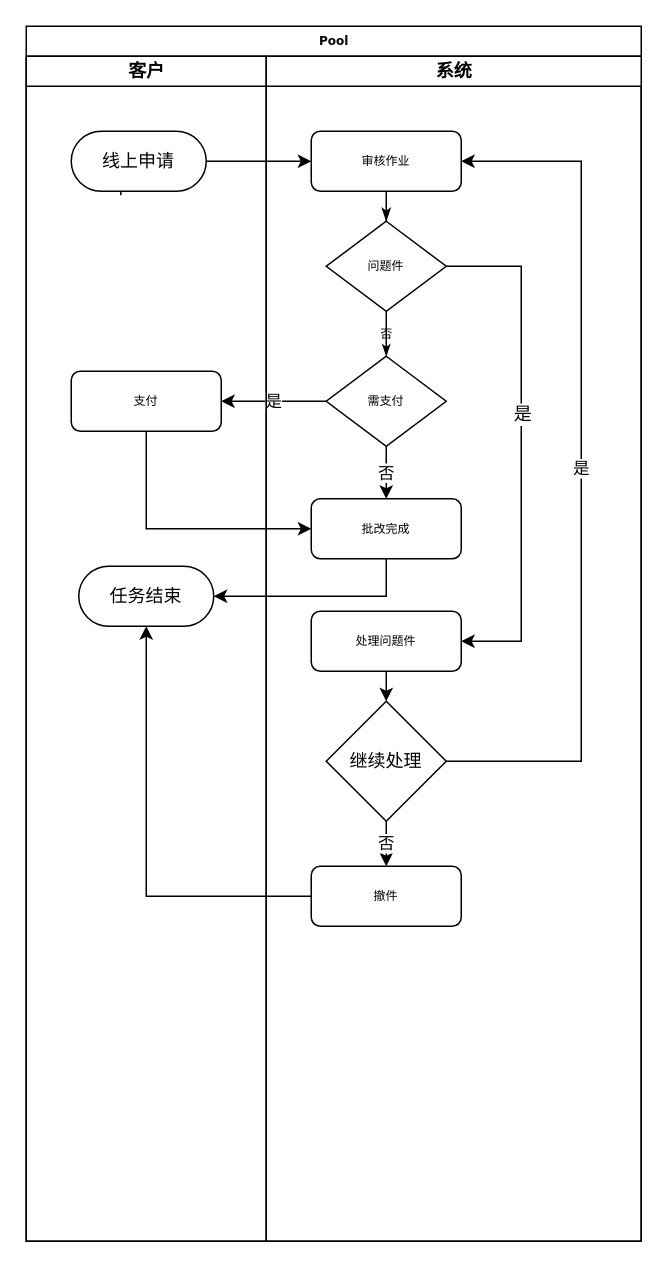
The draw.io diagram Untitled Diagram.drawio in openks/blog, before the edit. Source tidied: cells renumbered, new cells numbered last; positions are measured from the earlier drawing's top-left corner, leaving out a move shared by most shapes. Both pictures are drawn from the tidied source at 150%, with x=0, y=0 at pixel (26, 26).
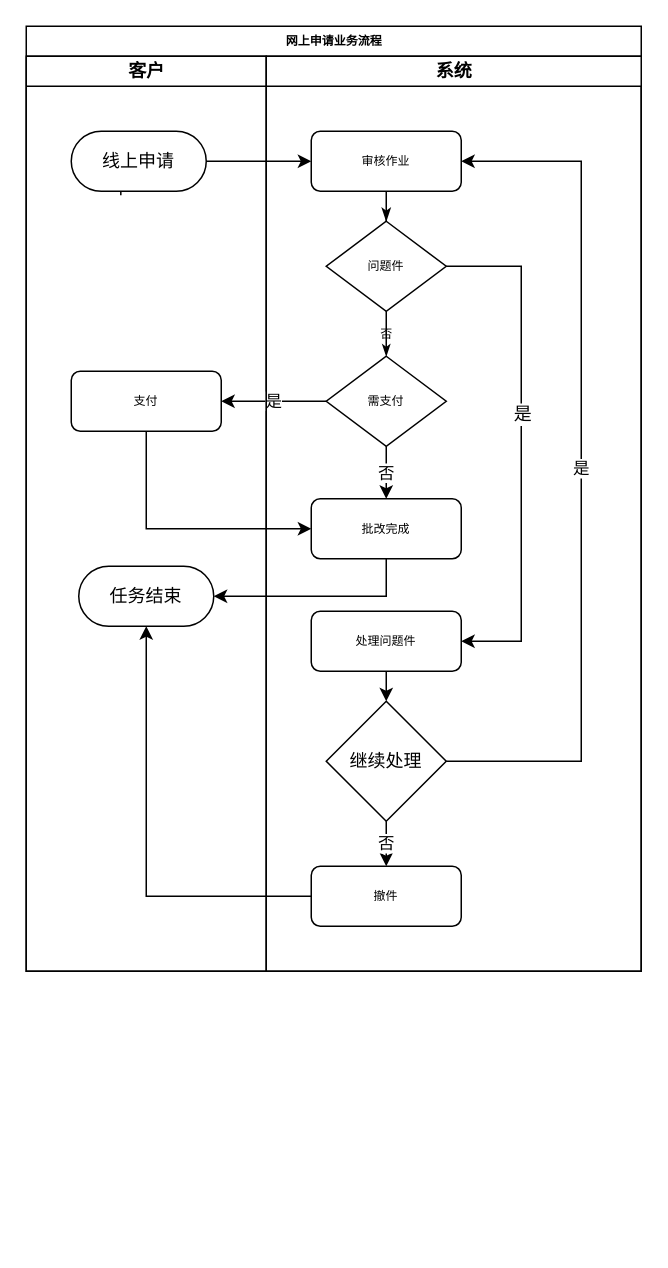
The same page after the edit.

Commit message:
网上申请流程3

Unchanged cells that the change refers to:
```xml
<mxCell id="19" value="问题件" style="rhombus;whiteSpace=wrap;html=1;rounded=0;shadow=0;labelBackgroundColor=none;strokeWidth=1;fontFamily=Verdana;fontSize=8;align=center;" parent="17" vertex="1">
  <mxGeometry x="40" y="110" width="80" height="60" as="geometry" />
</mxCell>
<mxCell id="22" value="处理问题件&lt;br&gt;" style="rounded=1;whiteSpace=wrap;html=1;shadow=0;labelBackgroundColor=none;strokeWidth=1;fontFamily=Verdana;fontSize=8;align=center;" parent="17" vertex="1">
  <mxGeometry x="30" y="370" width="100" height="40" as="geometry" />
</mxCell>
```

The edit, as a diff of the source:
```diff
@@
-    <mxCell id="2" value="Pool" style="swimlane;html=1;startSize=20;rounded=0;shadow=0;labelBackgroundColor=none;strokeWidth=1;fontFamily=Verdana;fontSize=8;align=center;" parent="1" vertex="1">
-      <mxGeometry width="410" height="810" as="geometry" />
+    <mxCell id="2" value="网上申请业务流程" style="swimlane;html=1;startSize=20;rounded=0;shadow=0;labelBackgroundColor=none;strokeWidth=1;fontFamily=Verdana;fontSize=8;align=center;" parent="1" vertex="1">
+      <mxGeometry width="410" height="630" as="geometry" />
     </mxCell>
@@
     <mxCell id="7" value="客户" style="swimlane;html=1;startSize=20;" parent="2" vertex="1">
-      <mxGeometry y="20" width="160" height="790" as="geometry" />
+      <mxGeometry y="20" width="160" height="610" as="geometry" />
     </mxCell>
@@
     <mxCell id="17" value="系统" style="swimlane;html=1;startSize=20;" parent="2" vertex="1">
-      <mxGeometry x="160" y="20" width="250" height="790" as="geometry" />
+      <mxGeometry x="160" y="20" width="250" height="610" as="geometry" />
     </mxCell>
@@
     <mxCell id="23" style="endArrow=classic;html=1;rounded=0;" parent="17" edge="1" source="19" target="22">
-      <mxGeometry relative="1" as="geometry">
+      <mxGeometry as="geometry">
         <Array as="points">
           <mxPoint x="170" y="140" />
           <mxPoint x="170" y="390" />
         </Array>
       </mxGeometry>
     </mxCell>
```
